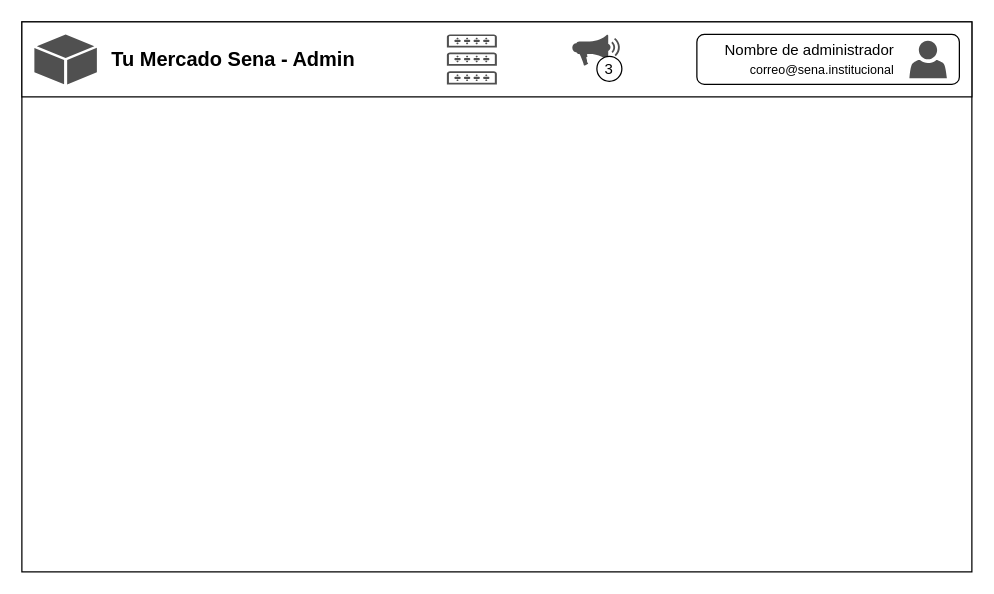
This is page "estadisticas" (4 of 12) of Desktop/mockups/desktop_mockups.drawio from OmarsaurioJordan/tu_mercado_sena, a draw.io file, before an edit. Source tidied: cells renumbered, new cells numbered last; positions are measured from the earlier drawing's top-left corner, leaving out a move shared by most shapes. Both pictures are drawn from the tidied source at 125%, with x=0, y=0 at pixel (21, 21).
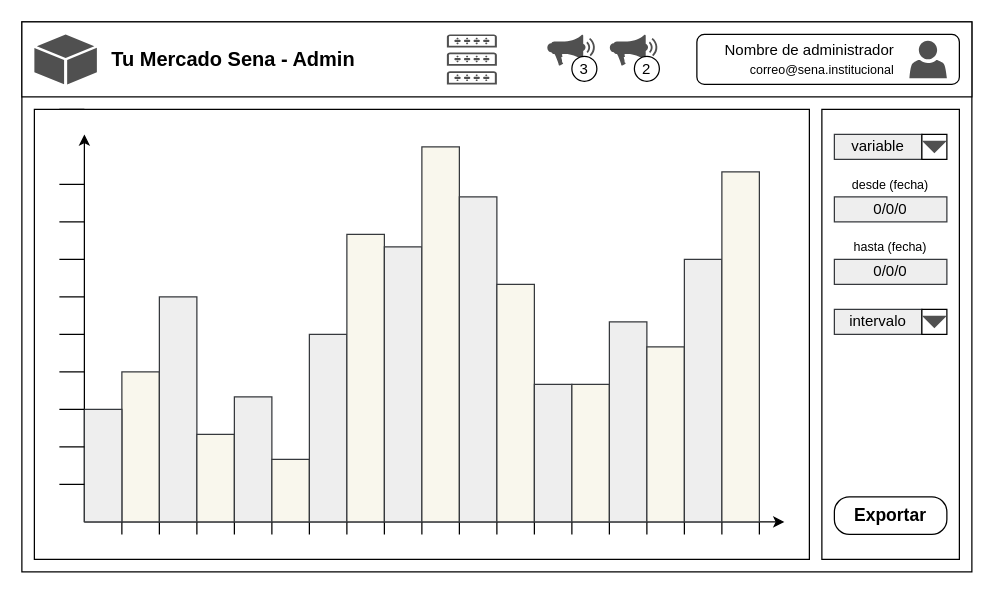
The same diagram, later.

Change to the diagram source:
```diff
@@
-    <mxCell id="11" style="group;" parent="1" vertex="1">
-      <mxGeometry x="440" y="10" width="40" height="37.5" as="geometry" />
-    </mxCell>
-    <mxCell id="12" style="sketch=0;shadow=0;dashed=0;html=1;strokeColor=none;fillColor=#505050;labelPosition=center;verticalLabelPosition=bottom;verticalAlign=top;align=center;shape=mxgraph.office.concepts.whats_new;" parent="11" vertex="1">
-      <mxGeometry width="40" height="25" as="geometry" />
-    </mxCell>
-    <mxCell id="13" value="3" style="ellipse;whiteSpace=wrap;html=1;" parent="11" vertex="1">
-      <mxGeometry x="20" y="17.5" width="20" height="20" as="geometry" />
-    </mxCell>
@@
+    <mxCell id="19" style="group;" parent="1" vertex="1">
+      <mxGeometry x="420" y="10" width="90" height="37.5" as="geometry" />
+    </mxCell>
+    <mxCell id="20" style="group;" parent="19" vertex="1">
+      <mxGeometry width="40" height="37.5" as="geometry" />
+    </mxCell>
+    <mxCell id="21" style="sketch=0;shadow=0;dashed=0;html=1;strokeColor=none;fillColor=#505050;labelPosition=center;verticalLabelPosition=bottom;verticalAlign=top;align=center;shape=mxgraph.office.concepts.whats_new;" parent="20" vertex="1">
+      <mxGeometry width="40" height="25" as="geometry" />
+    </mxCell>
+    <mxCell id="13" value="3" style="ellipse;whiteSpace=wrap;html=1;" parent="20" vertex="1">
+      <mxGeometry x="20" y="17.5" width="20" height="20" as="geometry" />
+    </mxCell>
+    <mxCell id="22" style="group;" parent="19" vertex="1">
+      <mxGeometry x="50" width="40" height="37.5" as="geometry" />
+    </mxCell>
+    <mxCell id="23" style="sketch=0;shadow=0;dashed=0;html=1;strokeColor=none;fillColor=#505050;labelPosition=center;verticalLabelPosition=bottom;verticalAlign=top;align=center;shape=mxgraph.office.concepts.whats_new;" parent="22" vertex="1">
+      <mxGeometry width="40" height="25" as="geometry" />
+    </mxCell>
+    <mxCell id="24" value="2" style="ellipse;whiteSpace=wrap;html=1;" parent="22" vertex="1">
+      <mxGeometry x="20" y="17.5" width="20" height="20" as="geometry" />
+    </mxCell>
+    <mxCell id="25" style="rounded=0;whiteSpace=wrap;html=1;" parent="1" vertex="1">
+      <mxGeometry x="640" y="70" width="110" height="360" as="geometry" />
+    </mxCell>
+    <mxCell id="26" style="rounded=0;whiteSpace=wrap;html=1;" parent="1" vertex="1">
+      <mxGeometry x="10" y="70" width="620" height="360" as="geometry" />
+    </mxCell>
+    <mxCell id="27" style="endArrow=classic;html=1;rounded=0;" parent="1" edge="1">
+      <mxGeometry relative="1" as="geometry">
+        <mxPoint x="50" y="400" as="sourcePoint" />
+        <mxPoint x="610" y="400" as="targetPoint" />
+      </mxGeometry>
+    </mxCell>
+    <mxCell id="28" style="endArrow=classic;html=1;rounded=0;" parent="1" edge="1">
+      <mxGeometry relative="1" as="geometry">
+        <mxPoint x="50" y="400" as="sourcePoint" />
+        <mxPoint x="50" y="90" as="targetPoint" />
+      </mxGeometry>
+    </mxCell>
+    <mxCell id="29" style="endArrow=none;html=1;rounded=0;" parent="1" edge="1">
+      <mxGeometry relative="1" as="geometry">
+        <mxPoint x="80" y="410" as="sourcePoint" />
+        <mxPoint x="80" y="390" as="targetPoint" />
+      </mxGeometry>
+    </mxCell>
+    <mxCell id="30" style="endArrow=none;html=1;rounded=0;" parent="1" edge="1">
+      <mxGeometry relative="1" as="geometry">
+        <mxPoint x="110" y="410" as="sourcePoint" />
+        <mxPoint x="110" y="390" as="targetPoint" />
+      </mxGeometry>
+    </mxCell>
+    <mxCell id="31" style="endArrow=none;html=1;rounded=0;" parent="1" edge="1">
+      <mxGeometry relative="1" as="geometry">
+        <mxPoint x="140" y="410" as="sourcePoint" />
+        <mxPoint x="140" y="390" as="targetPoint" />
+      </mxGeometry>
+    </mxCell>
+    <mxCell id="32" style="endArrow=none;html=1;rounded=0;" parent="1" edge="1">
+      <mxGeometry relative="1" as="geometry">
+        <mxPoint x="170" y="410" as="sourcePoint" />
+        <mxPoint x="170" y="390" as="targetPoint" />
+      </mxGeometry>
+    </mxCell>
+    <mxCell id="33" style="endArrow=none;html=1;rounded=0;" parent="1" edge="1">
+      <mxGeometry relative="1" as="geometry">
+        <mxPoint x="200" y="410" as="sourcePoint" />
+        <mxPoint x="200" y="390" as="targetPoint" />
+      </mxGeometry>
+    </mxCell>
+    <mxCell id="34" style="endArrow=none;html=1;rounded=0;" parent="1" edge="1">
+      <mxGeometry relative="1" as="geometry">
+        <mxPoint x="230" y="410" as="sourcePoint" />
+        <mxPoint x="230" y="390" as="targetPoint" />
+      </mxGeometry>
+    </mxCell>
+    <mxCell id="35" style="endArrow=none;html=1;rounded=0;" parent="1" edge="1">
+      <mxGeometry relative="1" as="geometry">
+        <mxPoint x="260" y="410" as="sourcePoint" />
+        <mxPoint x="260" y="390" as="targetPoint" />
+      </mxGeometry>
+    </mxCell>
+    <mxCell id="36" style="endArrow=none;html=1;rounded=0;" parent="1" edge="1">
+      <mxGeometry relative="1" as="geometry">
+        <mxPoint x="290" y="410" as="sourcePoint" />
+        <mxPoint x="290" y="390" as="targetPoint" />
+      </mxGeometry>
+    </mxCell>
+    <mxCell id="37" style="endArrow=none;html=1;rounded=0;" parent="1" edge="1">
+      <mxGeometry relative="1" as="geometry">
+        <mxPoint x="320" y="410" as="sourcePoint" />
+        <mxPoint x="320" y="390" as="targetPoint" />
+      </mxGeometry>
+    </mxCell>
+    <mxCell id="38" style="endArrow=none;html=1;rounded=0;" parent="1" edge="1">
+      <mxGeometry relative="1" as="geometry">
+        <mxPoint x="350" y="410" as="sourcePoint" />
+        <mxPoint x="350" y="390" as="targetPoint" />
+      </mxGeometry>
+    </mxCell>
+    <mxCell id="39" style="endArrow=none;html=1;rounded=0;" parent="1" edge="1">
+      <mxGeometry relative="1" as="geometry">
+        <mxPoint x="380" y="410" as="sourcePoint" />
+        <mxPoint x="380" y="390" as="targetPoint" />
+      </mxGeometry>
+    </mxCell>
+    <mxCell id="40" style="endArrow=none;html=1;rounded=0;" parent="1" edge="1">
+      <mxGeometry relative="1" as="geometry">
+        <mxPoint x="410" y="410" as="sourcePoint" />
+        <mxPoint x="410" y="390" as="targetPoint" />
+      </mxGeometry>
+    </mxCell>
+    <mxCell id="41" style="endArrow=none;html=1;rounded=0;" parent="1" edge="1">
+      <mxGeometry relative="1" as="geometry">
+        <mxPoint x="440" y="410" as="sourcePoint" />
+        <mxPoint x="440" y="390" as="targetPoint" />
+      </mxGeometry>
+    </mxCell>
+    <mxCell id="42" style="endArrow=none;html=1;rounded=0;" parent="1" edge="1">
+      <mxGeometry relative="1" as="geometry">
+        <mxPoint x="470" y="410" as="sourcePoint" />
+        <mxPoint x="470" y="390" as="targetPoint" />
+      </mxGeometry>
+    </mxCell>
+    <mxCell id="43" style="endArrow=none;html=1;rounded=0;" parent="1" edge="1">
+      <mxGeometry relative="1" as="geometry">
+        <mxPoint x="500" y="410" as="sourcePoint" />
+        <mxPoint x="500" y="390" as="targetPoint" />
+      </mxGeometry>
+    </mxCell>
+    <mxCell id="44" style="endArrow=none;html=1;rounded=0;" parent="1" edge="1">
+      <mxGeometry relative="1" as="geometry">
+        <mxPoint x="530" y="410" as="sourcePoint" />
+        <mxPoint x="530" y="390" as="targetPoint" />
+      </mxGeometry>
+    </mxCell>
+    <mxCell id="45" style="endArrow=none;html=1;rounded=0;" parent="1" edge="1">
+      <mxGeometry relative="1" as="geometry">
+        <mxPoint x="560" y="410" as="sourcePoint" />
+        <mxPoint x="560" y="390" as="targetPoint" />
+      </mxGeometry>
+    </mxCell>
+    <mxCell id="46" style="endArrow=none;html=1;rounded=0;" parent="1" edge="1">
+      <mxGeometry relative="1" as="geometry">
+        <mxPoint x="590" y="410" as="sourcePoint" />
+        <mxPoint x="590" y="390" as="targetPoint" />
+      </mxGeometry>
+    </mxCell>
+    <mxCell id="47" style="rounded=0;whiteSpace=wrap;html=1;fillColor=#f9f7ed;strokeColor=#36393d;" parent="1" vertex="1">
+      <mxGeometry x="80" y="280" width="30" height="120" as="geometry" />
+    </mxCell>
+    <mxCell id="48" style="rounded=0;whiteSpace=wrap;html=1;fillColor=#eeeeee;strokeColor=#36393d;" parent="1" vertex="1">
+      <mxGeometry x="110" y="220" width="30" height="180" as="geometry" />
+    </mxCell>
+    <mxCell id="49" style="rounded=0;whiteSpace=wrap;html=1;fillColor=#f9f7ed;strokeColor=#36393d;" parent="1" vertex="1">
+      <mxGeometry x="140" y="330" width="30" height="70" as="geometry" />
+    </mxCell>
+    <mxCell id="50" style="rounded=0;whiteSpace=wrap;html=1;fillColor=#eeeeee;strokeColor=#36393d;" parent="1" vertex="1">
+      <mxGeometry x="170" y="300" width="30" height="100" as="geometry" />
+    </mxCell>
+    <mxCell id="51" style="rounded=0;whiteSpace=wrap;html=1;fillColor=#f9f7ed;strokeColor=#36393d;" parent="1" vertex="1">
+      <mxGeometry x="200" y="350" width="30" height="50" as="geometry" />
+    </mxCell>
+    <mxCell id="52" style="rounded=0;whiteSpace=wrap;html=1;fillColor=#eeeeee;strokeColor=#36393d;" parent="1" vertex="1">
+      <mxGeometry x="230" y="250" width="30" height="150" as="geometry" />
+    </mxCell>
+    <mxCell id="53" style="rounded=0;whiteSpace=wrap;html=1;fillColor=#f9f7ed;strokeColor=#36393d;" parent="1" vertex="1">
+      <mxGeometry x="260" y="170" width="30" height="230" as="geometry" />
+    </mxCell>
+    <mxCell id="54" style="rounded=0;whiteSpace=wrap;html=1;fillColor=#eeeeee;strokeColor=#36393d;" parent="1" vertex="1">
+      <mxGeometry x="290" y="180" width="30" height="220" as="geometry" />
+    </mxCell>
+    <mxCell id="55" style="rounded=0;whiteSpace=wrap;html=1;fillColor=#f9f7ed;strokeColor=#36393d;" parent="1" vertex="1">
+      <mxGeometry x="320" y="100" width="30" height="300" as="geometry" />
+    </mxCell>
+    <mxCell id="56" style="rounded=0;whiteSpace=wrap;html=1;fillColor=#eeeeee;strokeColor=#36393d;" parent="1" vertex="1">
+      <mxGeometry x="350" y="140" width="30" height="260" as="geometry" />
+    </mxCell>
+    <mxCell id="57" style="rounded=0;whiteSpace=wrap;html=1;fillColor=#f9f7ed;strokeColor=#36393d;" parent="1" vertex="1">
+      <mxGeometry x="380" y="210" width="30" height="190" as="geometry" />
+    </mxCell>
+    <mxCell id="58" style="rounded=0;whiteSpace=wrap;html=1;fillColor=#eeeeee;strokeColor=#36393d;" parent="1" vertex="1">
+      <mxGeometry x="410" y="290" width="30" height="110" as="geometry" />
+    </mxCell>
+    <mxCell id="59" style="rounded=0;whiteSpace=wrap;html=1;fillColor=#f9f7ed;strokeColor=#36393d;" parent="1" vertex="1">
+      <mxGeometry x="440" y="290" width="30" height="110" as="geometry" />
+    </mxCell>
+    <mxCell id="60" style="rounded=0;whiteSpace=wrap;html=1;fillColor=#eeeeee;strokeColor=#36393d;" parent="1" vertex="1">
+      <mxGeometry x="470" y="240" width="30" height="160" as="geometry" />
+    </mxCell>
+    <mxCell id="61" style="rounded=0;whiteSpace=wrap;html=1;fillColor=#f9f7ed;strokeColor=#36393d;" parent="1" vertex="1">
+      <mxGeometry x="500" y="260" width="30" height="140" as="geometry" />
+    </mxCell>
+    <mxCell id="62" style="rounded=0;whiteSpace=wrap;html=1;fillColor=#eeeeee;strokeColor=#36393d;" parent="1" vertex="1">
+      <mxGeometry x="530" y="190" width="30" height="210" as="geometry" />
+    </mxCell>
+    <mxCell id="63" style="rounded=0;whiteSpace=wrap;html=1;fillColor=#f9f7ed;strokeColor=#36393d;" parent="1" vertex="1">
+      <mxGeometry x="560" y="120" width="30" height="280" as="geometry" />
+    </mxCell>
+    <mxCell id="64" style="rounded=0;whiteSpace=wrap;html=1;fillColor=#eeeeee;strokeColor=#36393d;" parent="1" vertex="1">
+      <mxGeometry x="50" y="310" width="30" height="90" as="geometry" />
+    </mxCell>
+    <mxCell id="65" style="endArrow=none;html=1;rounded=0;" parent="1" edge="1">
+      <mxGeometry relative="1" as="geometry">
+        <mxPoint x="50" y="370" as="sourcePoint" />
+        <mxPoint x="30" y="370" as="targetPoint" />
+      </mxGeometry>
+    </mxCell>
+    <mxCell id="66" style="endArrow=none;html=1;rounded=0;" parent="1" edge="1">
+      <mxGeometry relative="1" as="geometry">
+        <mxPoint x="50" y="340" as="sourcePoint" />
+        <mxPoint x="30" y="340" as="targetPoint" />
+      </mxGeometry>
+    </mxCell>
+    <mxCell id="67" style="endArrow=none;html=1;rounded=0;" parent="1" edge="1">
+      <mxGeometry relative="1" as="geometry">
+        <mxPoint x="50" y="310" as="sourcePoint" />
+        <mxPoint x="30" y="310" as="targetPoint" />
+      </mxGeometry>
+    </mxCell>
+    <mxCell id="68" style="endArrow=none;html=1;rounded=0;" parent="1" edge="1">
+      <mxGeometry relative="1" as="geometry">
+        <mxPoint x="50" y="280" as="sourcePoint" />
+        <mxPoint x="30" y="280" as="targetPoint" />
+      </mxGeometry>
+    </mxCell>
+    <mxCell id="69" style="endArrow=none;html=1;rounded=0;" parent="1" edge="1">
+      <mxGeometry relative="1" as="geometry">
+        <mxPoint x="50" y="250" as="sourcePoint" />
+        <mxPoint x="30" y="250" as="targetPoint" />
+      </mxGeometry>
+    </mxCell>
+    <mxCell id="70" style="endArrow=none;html=1;rounded=0;" parent="1" edge="1">
+      <mxGeometry relative="1" as="geometry">
+        <mxPoint x="50" y="220" as="sourcePoint" />
+        <mxPoint x="30" y="220" as="targetPoint" />
+      </mxGeometry>
+    </mxCell>
+    <mxCell id="71" style="endArrow=none;html=1;rounded=0;" parent="1" edge="1">
+      <mxGeometry relative="1" as="geometry">
+        <mxPoint x="50" y="190" as="sourcePoint" />
+        <mxPoint x="30" y="190" as="targetPoint" />
+      </mxGeometry>
+    </mxCell>
+    <mxCell id="72" style="endArrow=none;html=1;rounded=0;" parent="1" edge="1">
+      <mxGeometry relative="1" as="geometry">
+        <mxPoint x="50" y="160" as="sourcePoint" />
+        <mxPoint x="30" y="160" as="targetPoint" />
+      </mxGeometry>
+    </mxCell>
+    <mxCell id="73" style="endArrow=none;html=1;rounded=0;" parent="1" edge="1">
+      <mxGeometry relative="1" as="geometry">
+        <mxPoint x="50" y="130" as="sourcePoint" />
+        <mxPoint x="30" y="130" as="targetPoint" />
+      </mxGeometry>
+    </mxCell>
+    <mxCell id="74" style="endArrow=none;html=1;rounded=0;" parent="1" edge="1">
+      <mxGeometry relative="1" as="geometry">
+        <mxPoint x="50" y="70" as="sourcePoint" />
+        <mxPoint x="30" y="70" as="targetPoint" />
+      </mxGeometry>
+    </mxCell>
+    <mxCell id="75" value="Exportar" style="rounded=1;whiteSpace=wrap;html=1;fontStyle=1;fontSize=14;arcSize=40;" parent="1" vertex="1">
+      <mxGeometry x="650" y="380" width="90" height="30" as="geometry" />
+    </mxCell>
+    <mxCell id="76" value="variable" style="rounded=0;whiteSpace=wrap;html=1;fillColor=#eeeeee;strokeColor=#36393d;" parent="1" vertex="1">
+      <mxGeometry x="650" y="90" width="70" height="20" as="geometry" />
+    </mxCell>
+    <mxCell id="77" style="rounded=0;whiteSpace=wrap;html=1;" parent="1" vertex="1">
+      <mxGeometry x="720" y="90" width="20" height="20" as="geometry" />
+    </mxCell>
+    <mxCell id="78" style="verticalLabelPosition=bottom;verticalAlign=top;html=1;shape=mxgraph.basic.acute_triangle;dx=0.5;rotation=-180;fillColor=light-dark(#505050, #ededed);strokeColor=none;" parent="1" vertex="1">
+      <mxGeometry x="720" y="95" width="20" height="10" as="geometry" />
+    </mxCell>
+    <mxCell id="79" value="0/0/0" style="rounded=0;whiteSpace=wrap;html=1;fillColor=#eeeeee;strokeColor=#36393d;" parent="1" vertex="1">
+      <mxGeometry x="650" y="190" width="90" height="20" as="geometry" />
+    </mxCell>
+    <mxCell id="80" value="0/0/0" style="rounded=0;whiteSpace=wrap;html=1;fillColor=#eeeeee;strokeColor=#36393d;" parent="1" vertex="1">
+      <mxGeometry x="650" y="140" width="90" height="20" as="geometry" />
+    </mxCell>
+    <mxCell id="81" value="hasta (fecha)" style="text;html=1;whiteSpace=wrap;strokeColor=none;fillColor=none;align=center;verticalAlign=middle;rounded=0;fontSize=10;" parent="1" vertex="1">
+      <mxGeometry x="650" y="170" width="90" height="20" as="geometry" />
+    </mxCell>
+    <mxCell id="82" value="desde (fecha)" style="text;html=1;whiteSpace=wrap;strokeColor=none;fillColor=none;align=center;verticalAlign=middle;rounded=0;fontSize=10;" parent="1" vertex="1">
+      <mxGeometry x="650" y="120" width="90" height="20" as="geometry" />
+    </mxCell>
+    <mxCell id="83" value="intervalo" style="rounded=0;whiteSpace=wrap;html=1;fillColor=#eeeeee;strokeColor=#36393d;" parent="1" vertex="1">
+      <mxGeometry x="650" y="230" width="70" height="20" as="geometry" />
+    </mxCell>
+    <mxCell id="84" style="rounded=0;whiteSpace=wrap;html=1;" parent="1" vertex="1">
+      <mxGeometry x="720" y="230" width="20" height="20" as="geometry" />
+    </mxCell>
+    <mxCell id="85" style="verticalLabelPosition=bottom;verticalAlign=top;html=1;shape=mxgraph.basic.acute_triangle;dx=0.5;rotation=-180;fillColor=light-dark(#505050, #ededed);strokeColor=none;" parent="1" vertex="1">
+      <mxGeometry x="720" y="235" width="20" height="10" as="geometry" />
+    </mxCell>
```
